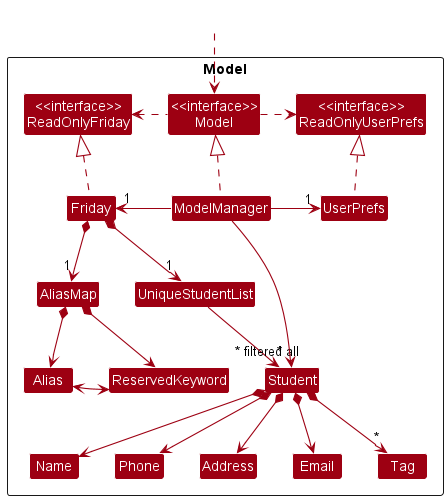
This is docs/images/ModelClassDiagram.png from nus-cs2103-AY2223S1/tp, a PlantUML export, as it was before one commit.
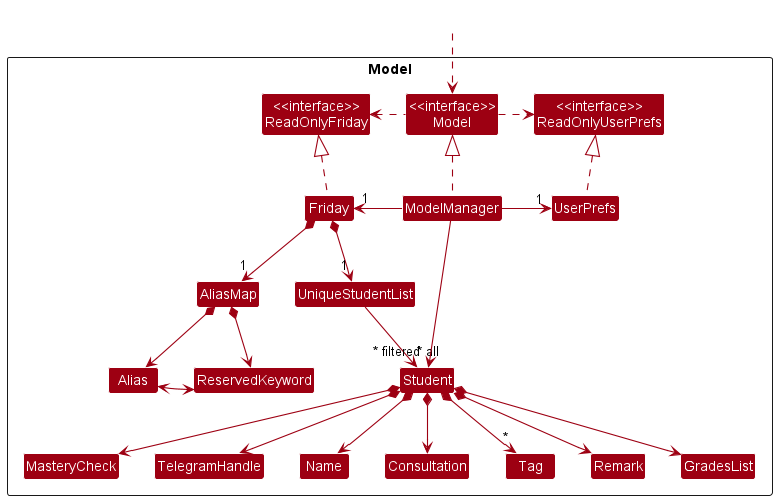
The same diagram one commit later.

What changed in the source:
```diff
@@ -14,11 +14,13 @@
 
 Class UniqueStudentList
 Class Student
-Class Address
-Class Email
+Class MasteryCheck
+Class TelegramHandle
 Class Name
-Class Phone
+Class Consultation
 Class Tag
+Class Remark
+Class GradesList
 
 Class AliasMap
 Class Alias
@@ -46,14 +48,13 @@
 Alias <--> ReservedKeyword
 
 Student *--> Name
-Student *--> Phone
-Student *--> Email
-Student *--> Address
+Student *--> TelegramHandle
+Student *--> MasteryCheck
+Student *--> Consultation
 Student *--> "*" Tag
+Student *--> Remark
+Student *--> GradesList
 
-Name -[hidden]right-> Phone
-Phone -[hidden]right-> Address
-Address -[hidden]right-> Email
 Alias -[hidden]right-> ReservedKeyword
 
 ModelManager -->"~* filtered" Student
```
